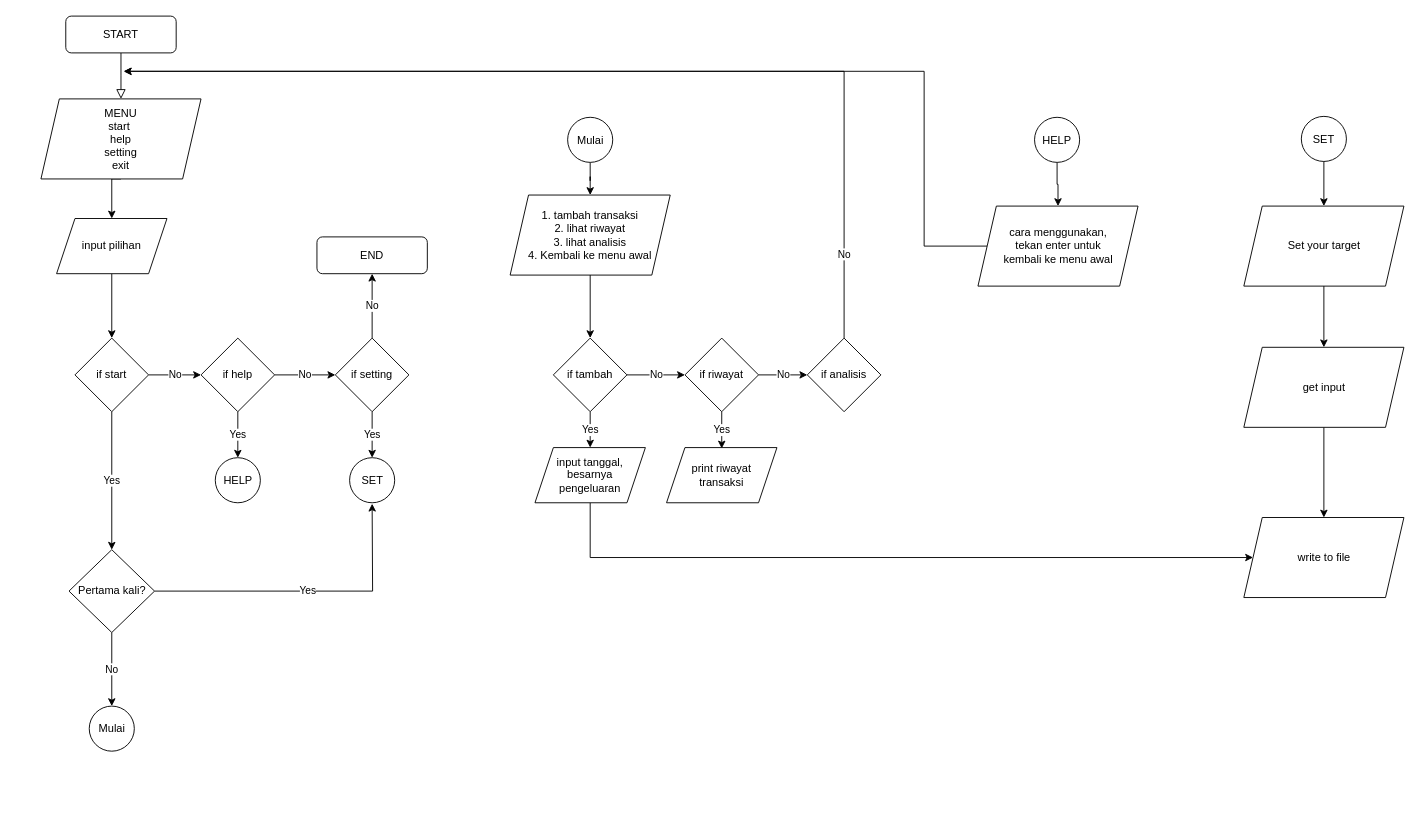
Above: Final Project.drawio in Fulkyhariz/Simple-Financial-Organizer-final-project (draw.io), before the change. Source tidied: cells renumbered, new cells numbered last; positions are measured from the earlier drawing's top-left corner, leaving out a move shared by most shapes. Both pictures are drawn from the tidied source at 92%, with x=0, y=0 at pixel (40, 16).
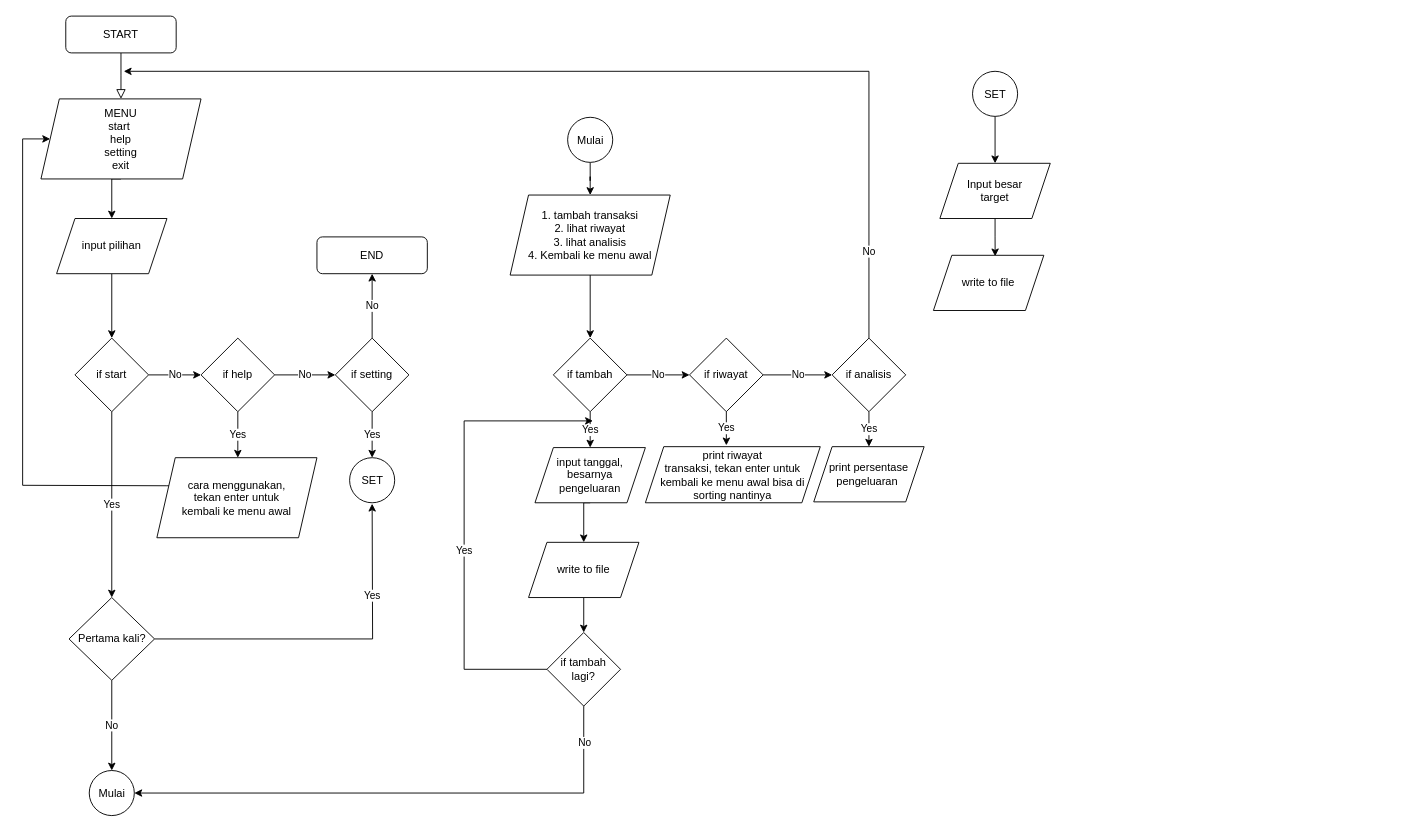
The same page after the edit.

Commit message:
lengkapin bagian fungsi mulai (tambah transaksi).drawio

Unchanged cells that the change refers to:
```xml
<mxCell id="5" value="MENU&lt;br&gt;start&amp;nbsp;&lt;br&gt;help&lt;br&gt;setting&lt;br&gt;exit" style="shape=parallelogram;perimeter=parallelogramPerimeter;whiteSpace=wrap;html=1;fixedSize=1;" parent="1" vertex="1">
  <mxGeometry y="90" width="174" height="87" as="geometry" />
</mxCell>
<mxCell id="19" value="if help" style="rhombus;whiteSpace=wrap;html=1;" parent="1" vertex="1">
  <mxGeometry x="174" y="350" width="80" height="80" as="geometry" />
</mxCell>
<mxCell id="47" value="input tanggal, besarnya pengeluaran" style="shape=parallelogram;perimeter=parallelogramPerimeter;whiteSpace=wrap;html=1;fixedSize=1;" parent="1" vertex="1">
  <mxGeometry x="537" y="469" width="120" height="60" as="geometry" />
</mxCell>
```

The edit, as a diff of the source:
```diff
@@
     <mxCell id="12" value="Yes" style="edgeStyle=orthogonalEdgeStyle;rounded=0;jettySize=auto;html=1;" parent="1" edge="1" source="13">
-      <mxGeometry relative="1" as="geometry">
+      <mxGeometry x="0.48" relative="1" as="geometry">
         <mxPoint x="360" y="530" as="targetPoint" />
       </mxGeometry>
     </mxCell>
     <mxCell id="13" value="Pertama kali?" style="rhombus;whiteSpace=wrap;html=1;" parent="1" vertex="1">
-      <mxGeometry x="30.5" y="580" width="93" height="90" as="geometry" />
+      <mxGeometry x="30.5" y="632" width="93" height="90" as="geometry" />
     </mxCell>
@@
-    <mxCell id="17" value="Yes" style="edgeStyle=orthogonalEdgeStyle;rounded=0;jettySize=auto;html=1;entryX=0.5;entryY=0;entryDx=0;entryDy=0;" parent="1" edge="1" source="19" target="20">
-      <mxGeometry relative="1" as="geometry" />
+    <mxCell id="17" value="Yes" style="edgeStyle=orthogonalEdgeStyle;rounded=0;jettySize=auto;html=1;entryX=0.5;entryY=0;entryDx=0;entryDy=0;" parent="1" edge="1" source="19">
+      <mxGeometry relative="1" as="geometry">
+        <mxPoint x="214" y="480" as="targetPoint" />
+      </mxGeometry>
     </mxCell>
@@
-    <mxCell id="20" value="HELP" style="ellipse;whiteSpace=wrap;html=1;" parent="1" vertex="1">
-      <mxGeometry x="189.5" y="480" width="49" height="49" as="geometry" />
-    </mxCell>
@@
     <mxCell id="22" value="Mulai" style="ellipse;whiteSpace=wrap;html=1;" parent="1" vertex="1">
-      <mxGeometry x="52.5" y="750" width="49" height="49" as="geometry" />
+      <mxGeometry x="52.5" y="820" width="49" height="49" as="geometry" />
     </mxCell>
@@
-    <mxCell id="31" value="No" style="edgeStyle=orthogonalEdgeStyle;rounded=0;jettySize=auto;html=1;" parent="1" edge="1" source="32">
+    <mxCell id="31" value="No" style="edgeStyle=orthogonalEdgeStyle;rounded=0;jettySize=auto;html=1;exitX=0.5;exitY=0;exitDx=0;exitDy=0;" parent="1" edge="1" source="32">
       <mxGeometry x="-0.83" relative="1" as="geometry">
         <mxPoint x="90" y="60" as="targetPoint" />
         <Array as="points">
-          <mxPoint x="873" y="60" />
+          <mxPoint x="900.1" y="60" />
         </Array>
       </mxGeometry>
     </mxCell>
+    <mxCell id="50" value="Yes" style="edgeStyle=orthogonalEdgeStyle;rounded=0;jettySize=auto;html=1;exitX=0.5;exitY=1;exitDx=0;exitDy=0;entryX=0.5;entryY=0;entryDx=0;entryDy=0;" parent="1" edge="1" source="32" target="64">
+      <mxGeometry relative="1" as="geometry" />
+    </mxCell>
     <mxCell id="32" value="if analisis" style="rhombus;whiteSpace=wrap;html=1;" parent="1" vertex="1">
-      <mxGeometry x="833" y="350" width="80" height="80" as="geometry" />
+      <mxGeometry x="860" y="350" width="80" height="80" as="geometry" />
     </mxCell>
@@
     <mxCell id="34" value="if riwayat" style="rhombus;whiteSpace=wrap;html=1;" parent="1" vertex="1">
-      <mxGeometry x="700" y="350" width="80" height="80" as="geometry" />
+      <mxGeometry x="705" y="350" width="80" height="80" as="geometry" />
     </mxCell>
-    <mxCell id="35" style="edgeStyle=orthogonalEdgeStyle;rounded=0;jettySize=auto;html=1;" parent="1" edge="1" source="36" target="38">
-      <mxGeometry relative="1" as="geometry" />
-    </mxCell>
-    <mxCell id="36" value="HELP" style="ellipse;whiteSpace=wrap;html=1;" parent="1" vertex="1">
-      <mxGeometry x="1080" y="110" width="49" height="49" as="geometry" />
-    </mxCell>
-    <mxCell id="37" style="edgeStyle=orthogonalEdgeStyle;rounded=0;jettySize=auto;html=1;" parent="1" edge="1" source="38">
-      <mxGeometry relative="1" as="geometry">
-        <mxPoint x="90" y="60" as="targetPoint" />
-        <Array as="points">
-          <mxPoint x="960" y="250" />
-          <mxPoint x="960" y="60" />
-        </Array>
-      </mxGeometry>
-    </mxCell>
-    <mxCell id="38" value="cara menggunakan,&lt;br&gt;tekan enter untuk &lt;br&gt;kembali ke menu awal" style="shape=parallelogram;perimeter=parallelogramPerimeter;whiteSpace=wrap;html=1;fixedSize=1;" parent="1" vertex="1">
-      <mxGeometry x="1018.5" y="206.5" width="174" height="87" as="geometry" />
-    </mxCell>
-    <mxCell id="39" style="edgeStyle=orthogonalEdgeStyle;rounded=0;jettySize=auto;html=1;" parent="1" edge="1" source="40" target="42">
-      <mxGeometry relative="1" as="geometry" />
-    </mxCell>
+    <mxCell id="51" style="edgeStyle=orthogonalEdgeStyle;rounded=0;jettySize=auto;html=1;exitX=0.5;exitY=1;exitDx=0;exitDy=0;entryX=0.5;entryY=0;entryDx=0;entryDy=0;" parent="1" edge="1" source="40" target="62">
+      <mxGeometry relative="1" as="geometry" />
+    </mxCell>
     <mxCell id="40" value="SET" style="ellipse;whiteSpace=wrap;html=1;" parent="1" vertex="1">
-      <mxGeometry x="1370" y="109" width="49" height="49" as="geometry" />
+      <mxGeometry x="1012.6" y="60" width="49" height="49" as="geometry" />
     </mxCell>
-    <mxCell id="41" style="edgeStyle=orthogonalEdgeStyle;rounded=0;jettySize=auto;html=1;" parent="1" edge="1" source="42" target="44">
-      <mxGeometry relative="1" as="geometry" />
-    </mxCell>
-    <mxCell id="42" value="Set your target" style="shape=parallelogram;perimeter=parallelogramPerimeter;whiteSpace=wrap;html=1;fixedSize=1;" parent="1" vertex="1">
-      <mxGeometry x="1307.5" y="206.5" width="174" height="87" as="geometry" />
-    </mxCell>
-    <mxCell id="43" style="edgeStyle=orthogonalEdgeStyle;rounded=0;jettySize=auto;html=1;" parent="1" edge="1" source="44" target="45">
-      <mxGeometry relative="1" as="geometry" />
-    </mxCell>
-    <mxCell id="44" value="get input" style="shape=parallelogram;perimeter=parallelogramPerimeter;whiteSpace=wrap;html=1;fixedSize=1;" parent="1" vertex="1">
-      <mxGeometry x="1307.5" y="360" width="174" height="87" as="geometry" />
-    </mxCell>
-    <mxCell id="45" value="write to file" style="shape=parallelogram;perimeter=parallelogramPerimeter;whiteSpace=wrap;html=1;fixedSize=1;" parent="1" vertex="1">
-      <mxGeometry x="1307.5" y="545" width="174" height="87" as="geometry" />
-    </mxCell>
-    <mxCell id="46" style="edgeStyle=orthogonalEdgeStyle;rounded=0;jettySize=auto;html=1;exitX=0.5;exitY=1;exitDx=0;exitDy=0;entryX=0;entryY=0.5;entryDx=0;entryDy=0;" parent="1" edge="1" source="47" target="45">
-      <mxGeometry relative="1" as="geometry">
-        <Array as="points">
-          <mxPoint x="597" y="588" />
-        </Array>
-      </mxGeometry>
-    </mxCell>
+    <mxCell id="52" style="edgeStyle=orthogonalEdgeStyle;rounded=0;jettySize=auto;html=1;exitX=0.5;exitY=1;exitDx=0;exitDy=0;entryX=0.5;entryY=0;entryDx=0;entryDy=0;" parent="1" edge="1" source="47" target="54">
+      <mxGeometry relative="1" as="geometry">
+        <Array as="points">
+          <mxPoint x="590.1" y="529" />
+        </Array>
+      </mxGeometry>
+    </mxCell>
@@
-    <mxCell id="48" value="Yes" style="edgeStyle=orthogonalEdgeStyle;rounded=0;jettySize=auto;html=1;exitX=0.5;exitY=1;exitDx=0;exitDy=0;" parent="1" edge="1" source="34">
-      <mxGeometry relative="1" as="geometry">
-        <mxPoint x="740" y="470" as="targetPoint" />
-      </mxGeometry>
+    <mxCell id="48" value="Yes" style="edgeStyle=orthogonalEdgeStyle;rounded=0;jettySize=auto;html=1;exitX=0.5;exitY=1;exitDx=0;exitDy=0;entryX=0.463;entryY=-0.023;entryDx=0;entryDy=0;entryPerimeter=0;" parent="1" edge="1" source="34" target="49">
+      <mxGeometry relative="1" as="geometry" />
     </mxCell>
-    <mxCell id="49" value="print riwayat &lt;br&gt;transaksi" style="shape=parallelogram;perimeter=parallelogramPerimeter;whiteSpace=wrap;html=1;fixedSize=1;" parent="1" vertex="1">
-      <mxGeometry x="680" y="469" width="120" height="60" as="geometry" />
+    <mxCell id="49" value="print riwayat &lt;br&gt;transaksi, tekan enter untuk kembali ke menu awal bisa di sorting nantinya" style="shape=parallelogram;perimeter=parallelogramPerimeter;whiteSpace=wrap;html=1;fixedSize=1;" parent="1" vertex="1">
+      <mxGeometry x="657" y="468" width="190.1" height="61" as="geometry" />
     </mxCell>
+    <mxCell id="53" style="edgeStyle=orthogonalEdgeStyle;rounded=0;jettySize=auto;html=1;exitX=0.5;exitY=1;exitDx=0;exitDy=0;entryX=0.5;entryY=0;entryDx=0;entryDy=0;" parent="1" edge="1" source="54" target="59">
+      <mxGeometry relative="1" as="geometry" />
+    </mxCell>
+    <mxCell id="54" value="write to file" style="shape=parallelogram;perimeter=parallelogramPerimeter;whiteSpace=wrap;html=1;fixedSize=1;" parent="1" vertex="1">
+      <mxGeometry x="530" y="572" width="120" height="60" as="geometry" />
+    </mxCell>
+    <mxCell id="55" style="edgeStyle=orthogonalEdgeStyle;rounded=0;jettySize=auto;html=1;exitX=0;exitY=0.5;exitDx=0;exitDy=0;" parent="1" edge="1" source="59">
+      <mxGeometry relative="1" as="geometry">
+        <mxPoint x="600" y="440" as="targetPoint" />
+        <Array as="points">
+          <mxPoint x="460" y="710" />
+          <mxPoint x="460" y="440" />
+        </Array>
+      </mxGeometry>
+    </mxCell>
+    <mxCell id="56" value="Yes" style="edgeLabel;html=1;align=center;verticalAlign=middle;" parent="55" vertex="1">
+      <mxGeometry x="-0.85" relative="1" as="geometry">
+        <mxPoint x="-52.2" y="-130" as="offset" />
+      </mxGeometry>
+    </mxCell>
+    <mxCell id="57" style="edgeStyle=orthogonalEdgeStyle;rounded=0;jettySize=auto;html=1;exitX=0.5;exitY=1;exitDx=0;exitDy=0;entryX=1;entryY=0.5;entryDx=0;entryDy=0;" parent="1" edge="1" source="59" target="22">
+      <mxGeometry relative="1" as="geometry" />
+    </mxCell>
+    <mxCell id="58" value="No" style="edgeLabel;html=1;align=center;verticalAlign=middle;" parent="57" vertex="1">
+      <mxGeometry x="-0.7" y="2" relative="1" as="geometry">
+        <mxPoint x="-2" y="-47.5" as="offset" />
+      </mxGeometry>
+    </mxCell>
+    <mxCell id="59" value="if tambah lagi?" style="rhombus;whiteSpace=wrap;html=1;" parent="1" vertex="1">
+      <mxGeometry x="550" y="670" width="80" height="80" as="geometry" />
+    </mxCell>
+    <mxCell id="60" style="edgeStyle=orthogonalEdgeStyle;rounded=0;jettySize=auto;html=1;exitX=0.085;exitY=0.351;exitDx=0;exitDy=0;entryX=0;entryY=0.5;entryDx=0;entryDy=0;exitPerimeter=0;" parent="1" edge="1" source="38" target="5">
+      <mxGeometry relative="1" as="geometry">
+        <Array as="points">
+          <mxPoint x="136.1" y="511" />
+          <mxPoint x="-19.9" y="510" />
+          <mxPoint x="-19.9" y="133" />
+        </Array>
+      </mxGeometry>
+    </mxCell>
+    <mxCell id="38" value="cara menggunakan,&lt;br&gt;tekan enter untuk &lt;br&gt;kembali ke menu awal" style="shape=parallelogram;perimeter=parallelogramPerimeter;whiteSpace=wrap;html=1;fixedSize=1;" parent="1" vertex="1">
+      <mxGeometry x="126" y="480" width="174" height="87" as="geometry" />
+    </mxCell>
+    <mxCell id="61" style="edgeStyle=orthogonalEdgeStyle;rounded=0;jettySize=auto;html=1;exitX=0.5;exitY=1;exitDx=0;exitDy=0;entryX=0.559;entryY=0.019;entryDx=0;entryDy=0;entryPerimeter=0;" parent="1" edge="1" source="62" target="63">
+      <mxGeometry relative="1" as="geometry" />
+    </mxCell>
+    <mxCell id="62" value="Input besar &lt;br&gt;target" style="shape=parallelogram;perimeter=parallelogramPerimeter;whiteSpace=wrap;html=1;fixedSize=1;" parent="1" vertex="1">
+      <mxGeometry x="977.1" y="160" width="120" height="60" as="geometry" />
+    </mxCell>
+    <mxCell id="63" value="write to file" style="shape=parallelogram;perimeter=parallelogramPerimeter;whiteSpace=wrap;html=1;fixedSize=1;" parent="1" vertex="1">
+      <mxGeometry x="970.1" y="260" width="120" height="60" as="geometry" />
+    </mxCell>
+    <mxCell id="64" value="print persentase pengeluaran&amp;nbsp;" style="shape=parallelogram;perimeter=parallelogramPerimeter;whiteSpace=wrap;html=1;fixedSize=1;" parent="1" vertex="1">
+      <mxGeometry x="840" y="468" width="120" height="60" as="geometry" />
+    </mxCell>
```
